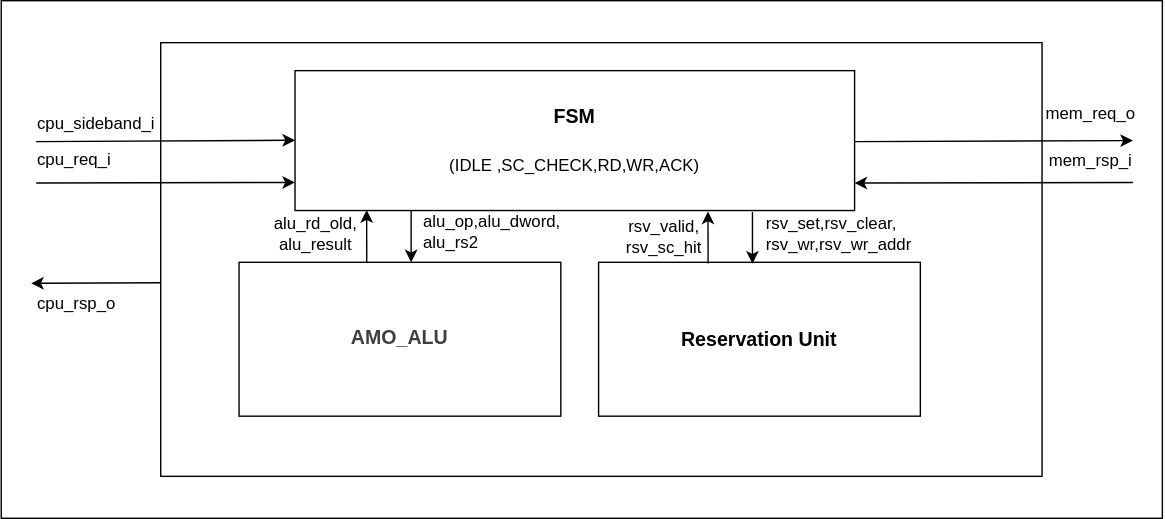
Above: document/memss/adn_memss_des.svg in ADN-VLSI/adn_memss (draw.io), before the change. Source tidied: cells renumbered, new cells last; positions are measured from the earlier drawing's top-left corner, leaving out a move shared by most shapes.
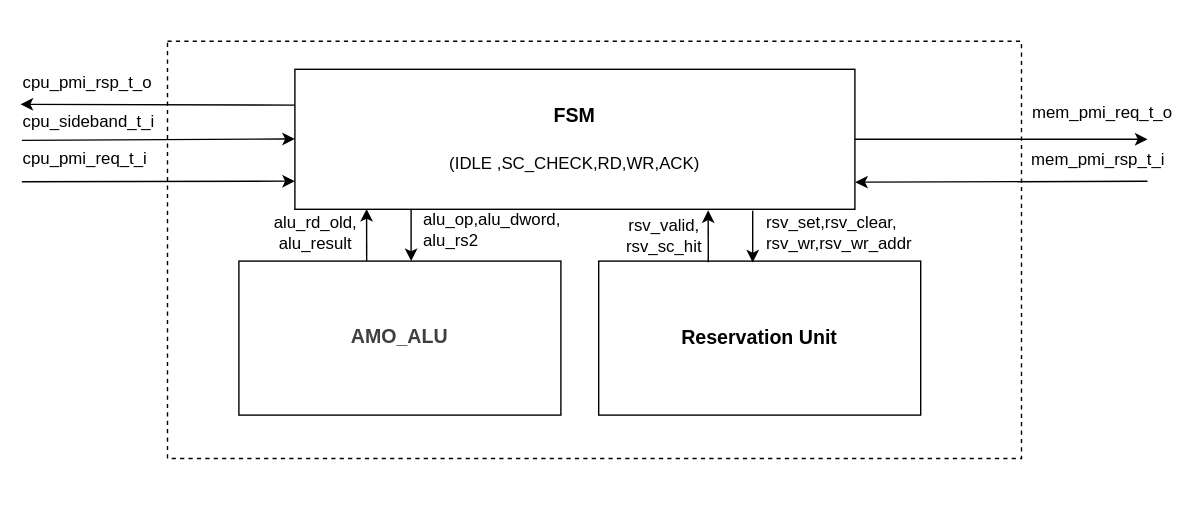
Above is the later version.

What changed in the source:
```diff
@@ -2,11 +2,11 @@
   <root>
     <mxCell id="0" />
     <mxCell id="1" parent="0" />
-    <mxCell id="2" style="rounded=0;whiteSpace=wrap;html=1;" parent="1" vertex="1">
-      <mxGeometry width="830" height="370" as="geometry" />
+    <mxCell id="2" style="rounded=0;whiteSpace=wrap;html=1;strokeColor=none;" parent="1" vertex="1">
+      <mxGeometry width="844" height="370" as="geometry" />
     </mxCell>
-    <mxCell id="3" style="rounded=0;whiteSpace=wrap;html=1;" parent="1" vertex="1">
-      <mxGeometry x="114" y="30" width="630" height="310" as="geometry" />
+    <mxCell id="3" style="rounded=0;whiteSpace=wrap;html=1;strokeColor=default;dashed=1;" parent="1" vertex="1">
+      <mxGeometry x="119" y="30" width="610" height="298" as="geometry" />
     </mxCell>
     <mxCell id="4" value="&lt;b&gt;&lt;font style=&quot;font-size: 14px;&quot;&gt;FSM&lt;/font&gt;&lt;/b&gt;&lt;div&gt;&lt;b&gt;&lt;font style=&quot;font-size: 14px;&quot;&gt;&lt;br&gt;&lt;/font&gt;&lt;/b&gt;&lt;/div&gt;&lt;div&gt;&lt;span style=&quot;color: rgb(0, 0, 0);&quot;&gt;(IDLE ,SC_CHECK,RD,WR,ACK)&lt;/span&gt;&lt;b&gt;&lt;font style=&quot;font-size: 14px;&quot;&gt;&lt;/font&gt;&lt;/b&gt;&lt;/div&gt;" style="rounded=0;whiteSpace=wrap;html=1;" parent="1" vertex="1">
       <mxGeometry x="210" y="50" width="400" height="100" as="geometry" />
@@ -22,10 +22,9 @@
         <mxPoint x="210" y="129.9" as="targetPoint" />
       </mxGeometry>
     </mxCell>
-    <mxCell id="8" style="endArrow=classic;html=1;exitX=0.001;exitY=0.547;exitDx=0;exitDy=0;exitPerimeter=0;" parent="1" edge="1">
+    <mxCell id="8" style="endArrow=classic;html=1;exitX=0.003;exitY=0.147;exitDx=0;exitDy=0;exitPerimeter=0;entryX=0;entryY=1;entryDx=0;entryDy=0;" parent="1" edge="1" target="16">
       <mxGeometry relative="1" as="geometry">
-        <mxPoint x="114" y="201.6" as="sourcePoint" />
-        <mxPoint x="21.4" y="202" as="targetPoint" />
+        <mxPoint x="209.9" y="75.6" as="sourcePoint" />
       </mxGeometry>
     </mxCell>
     <mxCell id="9" style="rounded=0;whiteSpace=wrap;html=1;" parent="1" vertex="1">
@@ -58,17 +57,17 @@
         <mxPoint x="537" y="188" as="targetPoint" />
       </mxGeometry>
     </mxCell>
-    <mxCell id="15" value="cpu_sideband_i&amp;nbsp;" style="text;html=1;align=left;verticalAlign=middle;whiteSpace=wrap;rounded=0;" parent="1" vertex="1">
-      <mxGeometry x="24" y="68" width="80" height="40" as="geometry" />
+    <mxCell id="15" value="cpu_sideband_t_i&amp;nbsp;" style="text;html=1;align=left;verticalAlign=middle;whiteSpace=wrap;rounded=0;" parent="1" vertex="1">
+      <mxGeometry x="14" y="68" width="80" height="40" as="geometry" />
     </mxCell>
-    <mxCell id="16" value="cpu_rsp_o" style="text;html=1;align=left;verticalAlign=middle;whiteSpace=wrap;rounded=0;" parent="1" vertex="1">
-      <mxGeometry x="24" y="202" width="90" height="30" as="geometry" />
+    <mxCell id="16" value="&lt;span style=&quot;color: rgb(0, 0, 0);&quot;&gt;cpu_pmi_rsp_t_o&lt;/span&gt;" style="text;html=1;align=left;verticalAlign=middle;whiteSpace=wrap;rounded=0;" parent="1" vertex="1">
+      <mxGeometry x="14" y="45" width="90" height="30" as="geometry" />
     </mxCell>
-    <mxCell id="17" value="mem_req_o" style="text;html=1;align=center;verticalAlign=middle;whiteSpace=wrap;rounded=0;" parent="1" vertex="1">
-      <mxGeometry x="749" y="66" width="60" height="30" as="geometry" />
+    <mxCell id="17" value="mem_pmi_req_t_o" style="text;html=1;align=center;verticalAlign=middle;whiteSpace=wrap;rounded=0;" parent="1" vertex="1">
+      <mxGeometry x="757" y="66" width="60" height="30" as="geometry" />
     </mxCell>
-    <mxCell id="18" value="mem_rsp_i" style="text;html=1;align=center;verticalAlign=middle;whiteSpace=wrap;rounded=0;" parent="1" vertex="1">
-      <mxGeometry x="749" y="100" width="60" height="30" as="geometry" />
+    <mxCell id="18" value="mem_pmi_rsp_t_i" style="text;html=1;align=center;verticalAlign=middle;whiteSpace=wrap;rounded=0;" parent="1" vertex="1">
+      <mxGeometry x="754" y="100" width="60" height="30" as="geometry" />
     </mxCell>
     <mxCell id="19" value="rsv_valid,&lt;div&gt;rsv_sc_hit&lt;/div&gt;" style="text;html=1;align=center;verticalAlign=middle;whiteSpace=wrap;rounded=0;" parent="1" vertex="1">
       <mxGeometry x="444" y="154" width="60" height="30" as="geometry" />
@@ -82,22 +81,23 @@
     <mxCell id="22" value="alu_op,alu_dword,&lt;div&gt;alu_rs2&lt;/div&gt;" style="text;html=1;align=left;verticalAlign=middle;whiteSpace=wrap;rounded=0;" parent="1" vertex="1">
       <mxGeometry x="300" y="150" width="60" height="30" as="geometry" />
     </mxCell>
-    <mxCell id="23" value="cpu_req_i" style="text;html=1;align=left;verticalAlign=middle;whiteSpace=wrap;rounded=0;" parent="1" vertex="1">
-      <mxGeometry x="24" y="94" width="80" height="40" as="geometry" />
+    <mxCell id="23" value="cpu_pmi_req_t_i" style="text;html=1;align=left;verticalAlign=middle;whiteSpace=wrap;rounded=0;" parent="1" vertex="1">
+      <mxGeometry x="14" y="94" width="80" height="40" as="geometry" />
     </mxCell>
     <mxCell id="24" style="endArrow=classic;html=1;entryX=0;entryY=0.419;entryDx=0;entryDy=0;entryPerimeter=0;exitX=0.012;exitY=0.169;exitDx=0;exitDy=0;exitPerimeter=0;" parent="1" edge="1" source="23">
       <mxGeometry relative="1" as="geometry">
         <mxPoint x="210" y="99.8" as="targetPoint" />
       </mxGeometry>
     </mxCell>
-    <mxCell id="25" style="endArrow=classic;html=1;entryX=0;entryY=0.419;entryDx=0;entryDy=0;entryPerimeter=0;exitX=1;exitY=1;exitDx=0;exitDy=0;" parent="1" edge="1" source="18">
+    <mxCell id="25" style="endArrow=classic;html=1;entryX=0.998;entryY=0.806;entryDx=0;entryDy=0;entryPerimeter=0;" parent="1" edge="1">
       <mxGeometry relative="1" as="geometry">
-        <mxPoint x="610" y="130.4" as="targetPoint" />
+        <mxPoint x="819" y="130" as="sourcePoint" />
+        <mxPoint x="610.2" y="130.6" as="targetPoint" />
       </mxGeometry>
     </mxCell>
-    <mxCell id="26" style="endArrow=classic;html=1;entryX=1;entryY=0;entryDx=0;entryDy=0;exitX=0.012;exitY=0.169;exitDx=0;exitDy=0;exitPerimeter=0;" parent="1" edge="1" target="18">
+    <mxCell id="26" style="endArrow=classic;html=1;entryX=1;entryY=0;entryDx=0;entryDy=0;exitX=1;exitY=0.5;exitDx=0;exitDy=0;" parent="1" edge="1" source="4">
       <mxGeometry relative="1" as="geometry">
-        <mxPoint x="610" y="100.8" as="sourcePoint" />
+        <mxPoint x="819" y="100" as="targetPoint" />
       </mxGeometry>
     </mxCell>
   </root>
```
